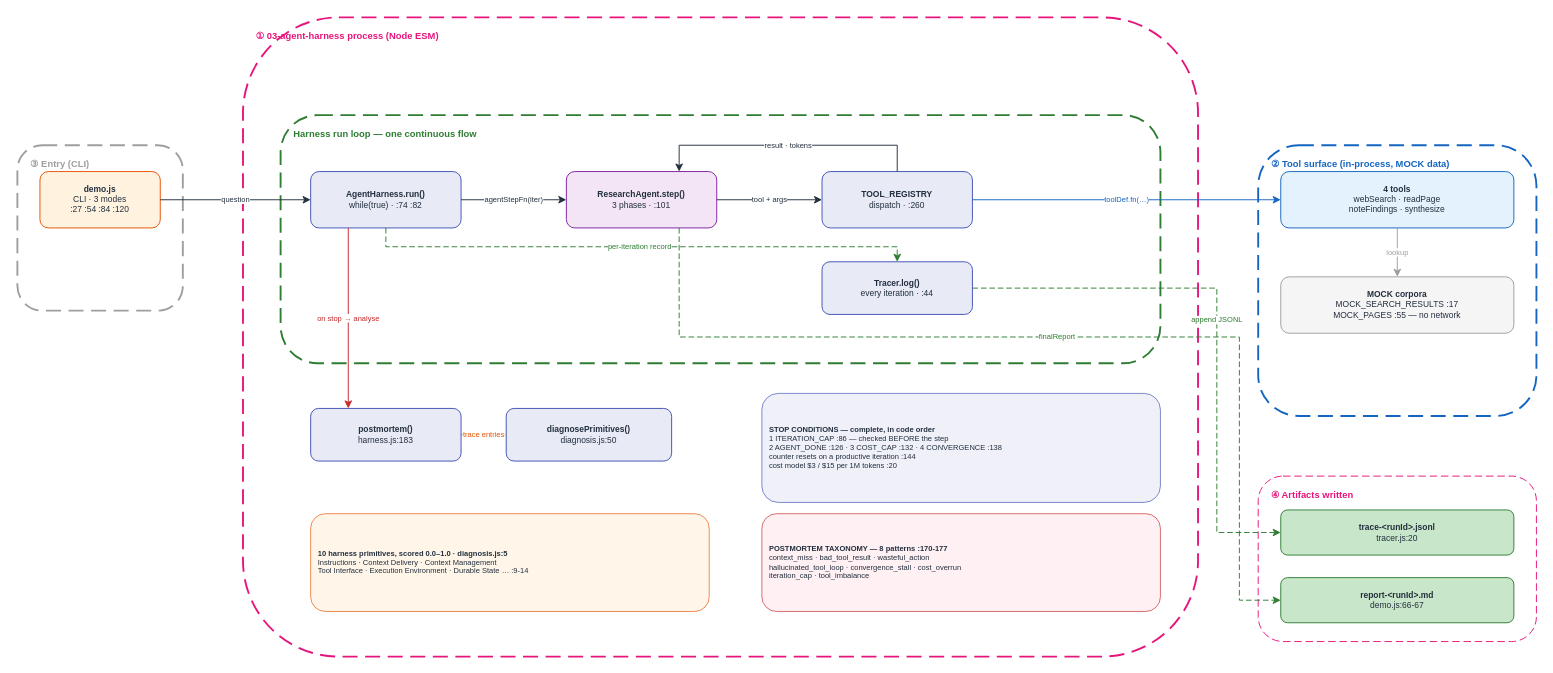
This is docs/diagrams/agent_harness_v1/FTS_AgentHarness_v1.drawio from gmaheshraju/Hands-on-AgenticAI, a draw.io file, before an edit. Source tidied: cells renumbered, new cells numbered last; positions are measured from the earlier drawing's top-left corner, leaving out a move shared by most shapes. Both pictures are drawn from the tidied source at 94%, with x=0, y=0 at pixel (17, 17).
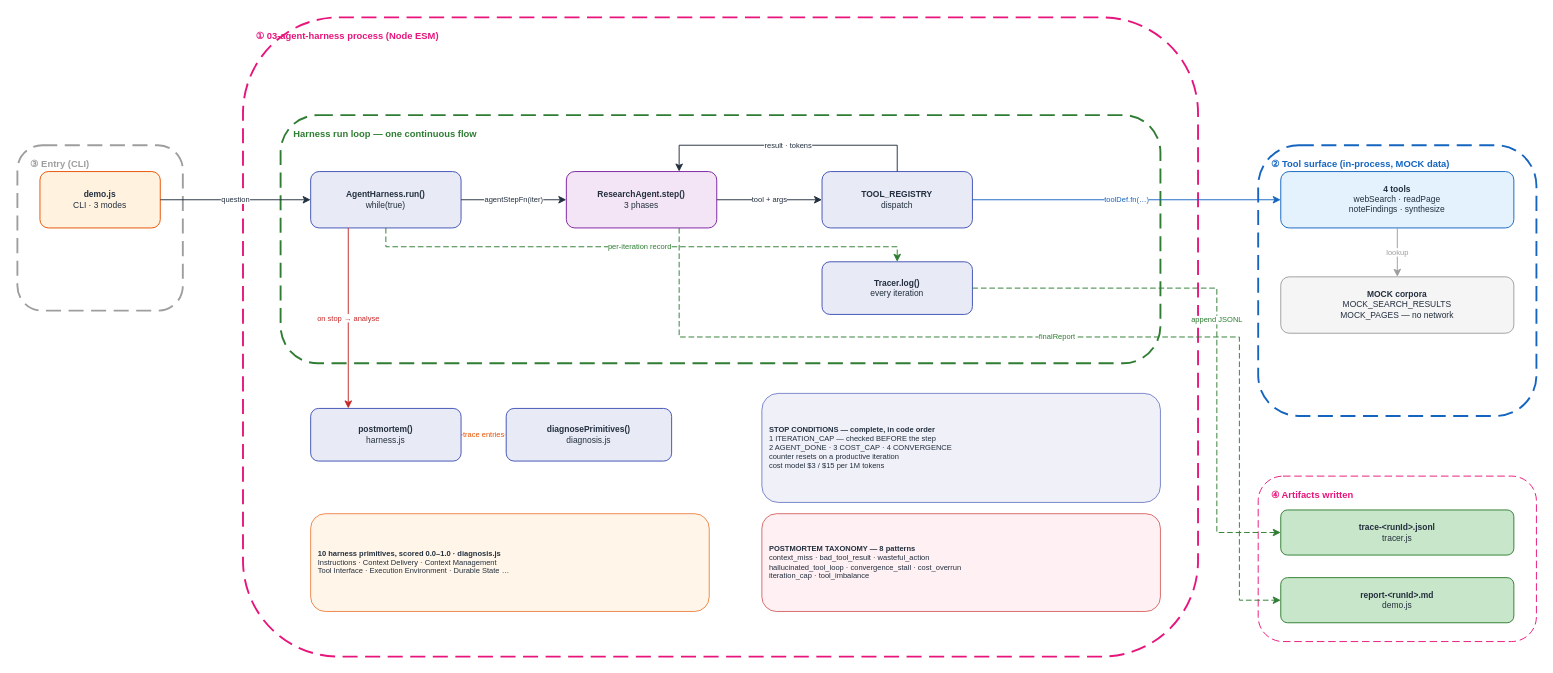
Above is the later version.

Change to the diagram source:
```diff
@@
-    <mxCell id="12" value="&lt;b&gt;demo.js&lt;/b&gt;&lt;br&gt;CLI · 3 modes&lt;br&gt;:27 :54 :84 :120" style="rounded=1;fillColor=#FFF3E0;strokeColor=#E65100;fontSize=9;fontColor=#232F3E;html=1;whiteSpace=wrap;align=center;" parent="1" vertex="1">
+    <mxCell id="12" value="&lt;b&gt;demo.js&lt;/b&gt;&lt;br&gt;CLI · 3 modes&lt;br&gt;" style="rounded=1;fillColor=#FFF3E0;strokeColor=#E65100;fontSize=9;fontColor=#232F3E;html=1;whiteSpace=wrap;align=center;" parent="1" vertex="1">
       <mxGeometry x="24" y="164" width="128" height="60" as="geometry" />
     </mxCell>
-    <mxCell id="13" value="&lt;b&gt;AgentHarness.run()&lt;/b&gt;&lt;br&gt;while(true) · :74 :82" style="rounded=1;fillColor=#E8EAF6;strokeColor=#3F51B5;fontSize=9;fontColor=#232F3E;html=1;whiteSpace=wrap;align=center;" parent="1" vertex="1">
+    <mxCell id="13" value="&lt;b&gt;AgentHarness.run()&lt;/b&gt;&lt;br&gt;while(true)" style="rounded=1;fillColor=#E8EAF6;strokeColor=#3F51B5;fontSize=9;fontColor=#232F3E;html=1;whiteSpace=wrap;align=center;" parent="1" vertex="1">
       <mxGeometry x="312" y="164" width="160" height="60" as="geometry" />
     </mxCell>
-    <mxCell id="14" value="&lt;b&gt;ResearchAgent.step()&lt;/b&gt;&lt;br&gt;3 phases · :101" style="rounded=1;fillColor=#F3E5F5;strokeColor=#7B1FA2;fontSize=9;fontColor=#232F3E;html=1;whiteSpace=wrap;align=center;" parent="1" vertex="1">
+    <mxCell id="14" value="&lt;b&gt;ResearchAgent.step()&lt;/b&gt;&lt;br&gt;3 phases" style="rounded=1;fillColor=#F3E5F5;strokeColor=#7B1FA2;fontSize=9;fontColor=#232F3E;html=1;whiteSpace=wrap;align=center;" parent="1" vertex="1">
       <mxGeometry x="584" y="164" width="160" height="60" as="geometry" />
     </mxCell>
-    <mxCell id="15" value="&lt;b&gt;TOOL_REGISTRY&lt;/b&gt;&lt;br&gt;dispatch · :260" style="rounded=1;fillColor=#E8EAF6;strokeColor=#3F51B5;fontSize=9;fontColor=#232F3E;html=1;whiteSpace=wrap;align=center;" parent="1" vertex="1">
+    <mxCell id="15" value="&lt;b&gt;TOOL_REGISTRY&lt;/b&gt;&lt;br&gt;dispatch" style="rounded=1;fillColor=#E8EAF6;strokeColor=#3F51B5;fontSize=9;fontColor=#232F3E;html=1;whiteSpace=wrap;align=center;" parent="1" vertex="1">
       <mxGeometry x="856" y="164" width="160" height="60" as="geometry" />
     </mxCell>
-    <mxCell id="16" value="&lt;b&gt;Tracer.log()&lt;/b&gt;&lt;br&gt;every iteration · :44" style="rounded=1;fillColor=#E8EAF6;strokeColor=#3F51B5;fontSize=9;fontColor=#232F3E;html=1;whiteSpace=wrap;align=center;" parent="1" vertex="1">
+    <mxCell id="16" value="&lt;b&gt;Tracer.log()&lt;/b&gt;&lt;br&gt;every iteration" style="rounded=1;fillColor=#E8EAF6;strokeColor=#3F51B5;fontSize=9;fontColor=#232F3E;html=1;whiteSpace=wrap;align=center;" parent="1" vertex="1">
       <mxGeometry x="856" y="260" width="160" height="56" as="geometry" />
     </mxCell>
@@
-    <mxCell id="18" value="&lt;b&gt;MOCK corpora&lt;/b&gt;&lt;br&gt;MOCK_SEARCH_RESULTS :17&lt;br&gt;MOCK_PAGES :55 — no network" style="rounded=1;fillColor=#F5F5F5;strokeColor=#9E9E9E;fontSize=9;fontColor=#232F3E;html=1;whiteSpace=wrap;align=center;" parent="1" vertex="1">
+    <mxCell id="18" value="&lt;b&gt;MOCK corpora&lt;/b&gt;&lt;br&gt;MOCK_SEARCH_RESULTS&lt;br&gt;MOCK_PAGES — no network" style="rounded=1;fillColor=#F5F5F5;strokeColor=#9E9E9E;fontSize=9;fontColor=#232F3E;html=1;whiteSpace=wrap;align=center;" parent="1" vertex="1">
       <mxGeometry x="1344" y="276" width="248" height="60" as="geometry" />
     </mxCell>
-    <mxCell id="19" value="&lt;b&gt;trace-&amp;lt;runId&amp;gt;.jsonl&lt;/b&gt;&lt;br&gt;tracer.js:20" style="rounded=1;fillColor=#C8E6C9;strokeColor=#2E7D32;fontSize=9;fontColor=#232F3E;html=1;whiteSpace=wrap;align=center;" parent="1" vertex="1">
+    <mxCell id="19" value="&lt;b&gt;trace-&amp;lt;runId&amp;gt;.jsonl&lt;/b&gt;&lt;br&gt;tracer.js" style="rounded=1;fillColor=#C8E6C9;strokeColor=#2E7D32;fontSize=9;fontColor=#232F3E;html=1;whiteSpace=wrap;align=center;" parent="1" vertex="1">
       <mxGeometry x="1344" y="524" width="248" height="48" as="geometry" />
     </mxCell>
-    <mxCell id="20" value="&lt;b&gt;report-&amp;lt;runId&amp;gt;.md&lt;/b&gt;&lt;br&gt;demo.js:66-67" style="rounded=1;fillColor=#C8E6C9;strokeColor=#2E7D32;fontSize=9;fontColor=#232F3E;html=1;whiteSpace=wrap;align=center;" parent="1" vertex="1">
+    <mxCell id="20" value="&lt;b&gt;report-&amp;lt;runId&amp;gt;.md&lt;/b&gt;&lt;br&gt;demo.js" style="rounded=1;fillColor=#C8E6C9;strokeColor=#2E7D32;fontSize=9;fontColor=#232F3E;html=1;whiteSpace=wrap;align=center;" parent="1" vertex="1">
       <mxGeometry x="1344" y="596" width="248" height="48" as="geometry" />
     </mxCell>
-    <mxCell id="21" value="&lt;b&gt;postmortem()&lt;/b&gt;&lt;br&gt;harness.js:183" style="rounded=1;fillColor=#E8EAF6;strokeColor=#3F51B5;fontSize=9;fontColor=#232F3E;html=1;whiteSpace=wrap;align=center;" parent="1" vertex="1">
+    <mxCell id="21" value="&lt;b&gt;postmortem()&lt;/b&gt;&lt;br&gt;harness.js" style="rounded=1;fillColor=#E8EAF6;strokeColor=#3F51B5;fontSize=9;fontColor=#232F3E;html=1;whiteSpace=wrap;align=center;" parent="1" vertex="1">
       <mxGeometry x="312" y="416" width="160" height="56" as="geometry" />
     </mxCell>
-    <mxCell id="22" value="&lt;b&gt;diagnosePrimitives()&lt;/b&gt;&lt;br&gt;diagnosis.js:50" style="rounded=1;fillColor=#E8EAF6;strokeColor=#3F51B5;fontSize=9;fontColor=#232F3E;html=1;whiteSpace=wrap;align=center;" parent="1" vertex="1">
+    <mxCell id="22" value="&lt;b&gt;diagnosePrimitives()&lt;/b&gt;&lt;br&gt;diagnosis.js" style="rounded=1;fillColor=#E8EAF6;strokeColor=#3F51B5;fontSize=9;fontColor=#232F3E;html=1;whiteSpace=wrap;align=center;" parent="1" vertex="1">
       <mxGeometry x="520" y="416" width="176" height="56" as="geometry" />
     </mxCell>
-    <mxCell id="23" value="&lt;b&gt;STOP CONDITIONS — complete, in code order&lt;/b&gt;&lt;br&gt;1 ITERATION_CAP :86 — checked BEFORE the step&lt;br&gt;2 AGENT_DONE :126 · 3 COST_CAP :132 · 4 CONVERGENCE :138&lt;br&gt;counter resets on a productive iteration :144&lt;br&gt;cost model $3 / $15 per 1M tokens :20" style="rounded=1;fillColor=#E8EAF6;strokeColor=#3F51B5;fontSize=8;fontColor=#232F3E;html=1;whiteSpace=wrap;align=left;spacingLeft=6;opacity=70;" parent="1" vertex="1">
+    <mxCell id="23" value="&lt;b&gt;STOP CONDITIONS — complete, in code order&lt;/b&gt;&lt;br&gt;1 ITERATION_CAP — checked BEFORE the step&lt;br&gt;2 AGENT_DONE · 3 COST_CAP · 4 CONVERGENCE&lt;br&gt;counter resets on a productive iteration&lt;br&gt;cost model $3 / $15 per 1M tokens" style="rounded=1;fillColor=#E8EAF6;strokeColor=#3F51B5;fontSize=8;fontColor=#232F3E;html=1;whiteSpace=wrap;align=left;spacingLeft=6;opacity=70;" parent="1" vertex="1">
       <mxGeometry x="792" y="400" width="424" height="116" as="geometry" />
     </mxCell>
-    <mxCell id="24" value="&lt;b&gt;POSTMORTEM TAXONOMY — 8 patterns :170-177&lt;/b&gt;&lt;br&gt;context_miss · bad_tool_result · wasteful_action&lt;br&gt;hallucinated_tool_loop · convergence_stall · cost_overrun&lt;br&gt;iteration_cap · tool_imbalance" style="rounded=1;fillColor=#FFEBEE;strokeColor=#C62828;fontSize=8;fontColor=#232F3E;html=1;whiteSpace=wrap;align=left;spacingLeft=6;opacity=70;" parent="1" vertex="1">
+    <mxCell id="24" value="&lt;b&gt;POSTMORTEM TAXONOMY — 8 patterns&lt;/b&gt;&lt;br&gt;context_miss · bad_tool_result · wasteful_action&lt;br&gt;hallucinated_tool_loop · convergence_stall · cost_overrun&lt;br&gt;iteration_cap · tool_imbalance" style="rounded=1;fillColor=#FFEBEE;strokeColor=#C62828;fontSize=8;fontColor=#232F3E;html=1;whiteSpace=wrap;align=left;spacingLeft=6;opacity=70;" parent="1" vertex="1">
       <mxGeometry x="792" y="528" width="424" height="104" as="geometry" />
     </mxCell>
-    <mxCell id="25" value="&lt;b&gt;10 harness primitives, scored 0.0–1.0 · diagnosis.js:5&lt;/b&gt;&lt;br&gt;Instructions · Context Delivery · Context Management&lt;br&gt;Tool Interface · Execution Environment · Durable State … :9-14" style="rounded=1;fillColor=#FFF3E0;strokeColor=#E65100;fontSize=8;fontColor=#232F3E;html=1;whiteSpace=wrap;align=left;spacingLeft=6;opacity=70;" parent="1" vertex="1">
+    <mxCell id="25" value="&lt;b&gt;10 harness primitives, scored 0.0–1.0 · diagnosis.js&lt;/b&gt;&lt;br&gt;Instructions · Context Delivery · Context Management&lt;br&gt;Tool Interface · Execution Environment · Durable State …" style="rounded=1;fillColor=#FFF3E0;strokeColor=#E65100;fontSize=8;fontColor=#232F3E;html=1;whiteSpace=wrap;align=left;spacingLeft=6;opacity=70;" parent="1" vertex="1">
       <mxGeometry x="312" y="528" width="424" height="104" as="geometry" />
     </mxCell>
```
